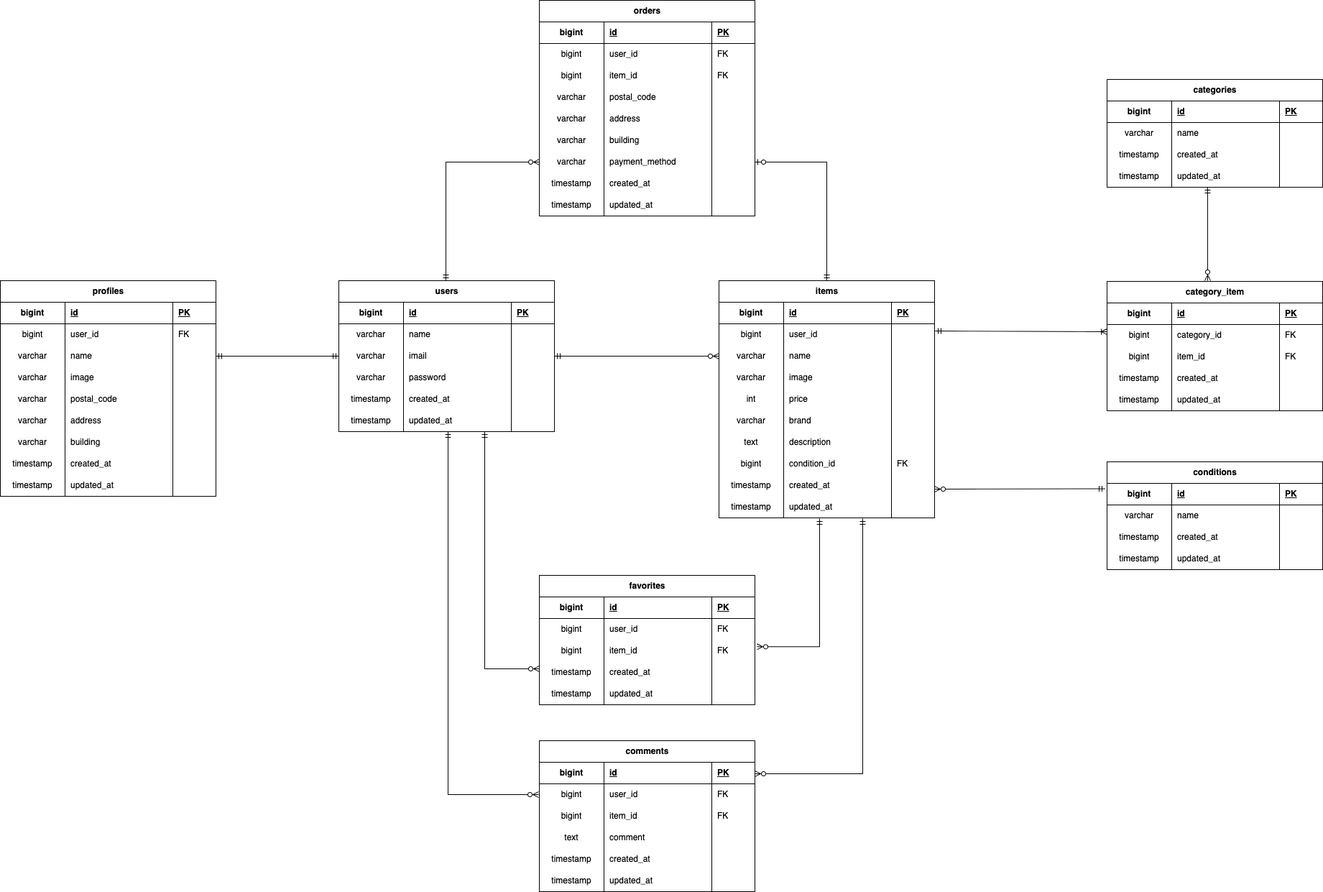
Earlier version of the draw.io export ER.drawio.png (Tamori169/Laravel-furima). Source tidied: cells renumbered, new cells last; positions are measured from the earlier drawing's top-left corner, leaving out a move shared by most shapes.
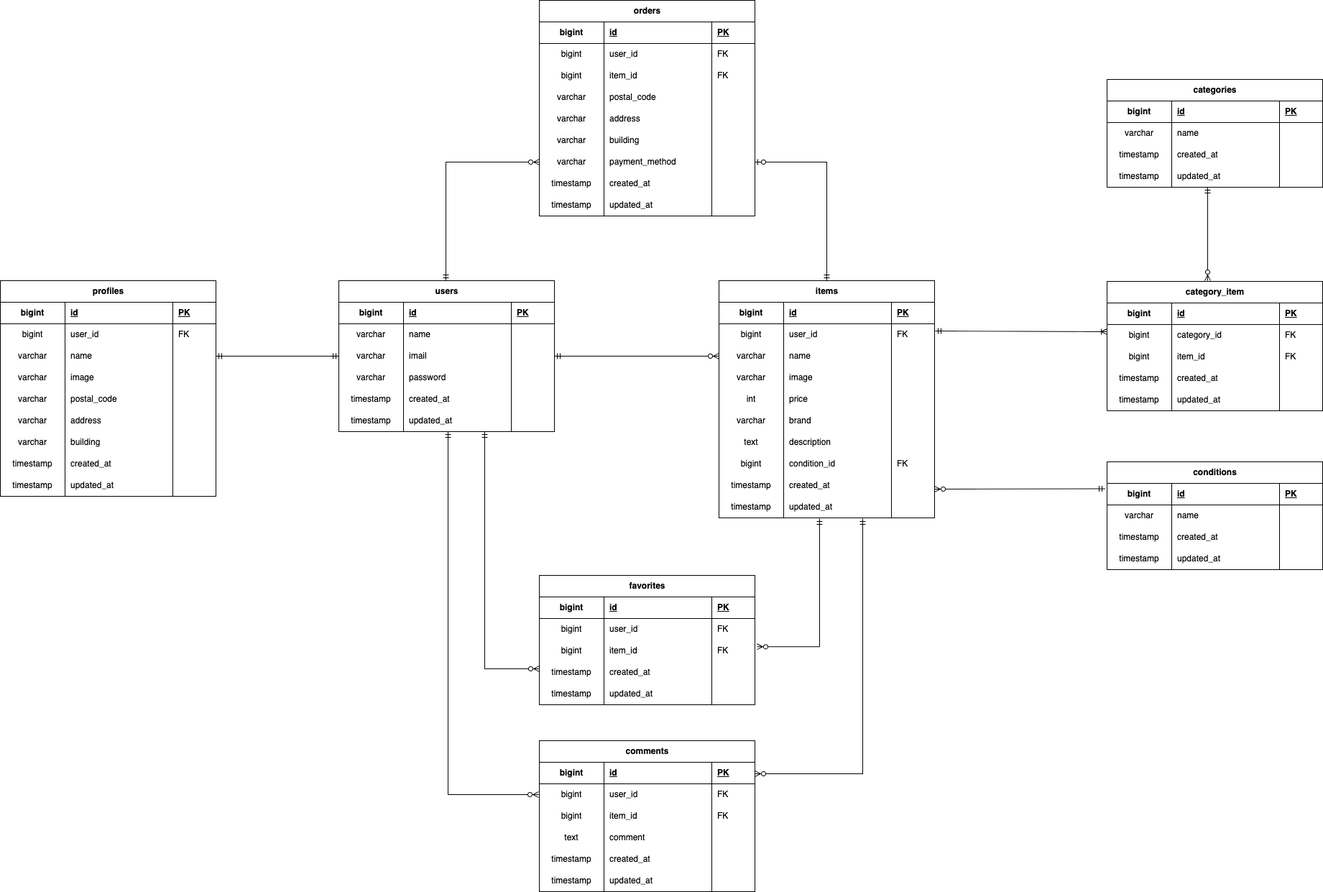
After the commit.

Change to the diagram source:
```diff
@@ -221,7 +221,7 @@
     <mxCell id="72" value="user_id" style="shape=partialRectangle;fillColor=none;top=0;left=0;bottom=0;right=0;align=left;spacingLeft=6;overflow=hidden;whiteSpace=wrap;html=1;" parent="70" vertex="1">
       <mxGeometry x="90" width="150" height="30" as="geometry" />
     </mxCell>
-    <mxCell id="73" style="shape=partialRectangle;fillColor=none;top=0;left=0;bottom=0;right=0;align=left;spacingLeft=6;overflow=hidden;whiteSpace=wrap;html=1;" parent="70" vertex="1">
+    <mxCell id="73" value="FK" style="shape=partialRectangle;fillColor=none;top=0;left=0;bottom=0;right=0;align=left;spacingLeft=6;overflow=hidden;whiteSpace=wrap;html=1;" parent="70" vertex="1">
       <mxGeometry x="240" width="60" height="30" as="geometry" />
     </mxCell>
     <mxCell id="74" style="shape=tableRow;horizontal=0;startSize=0;swimlaneHead=0;swimlaneBody=0;fillColor=none;points=[[0,0.5],[1,0.5]];portConstraint=eastwest;top=0;left=0;right=0;bottom=0;" parent="65" vertex="1">
```
